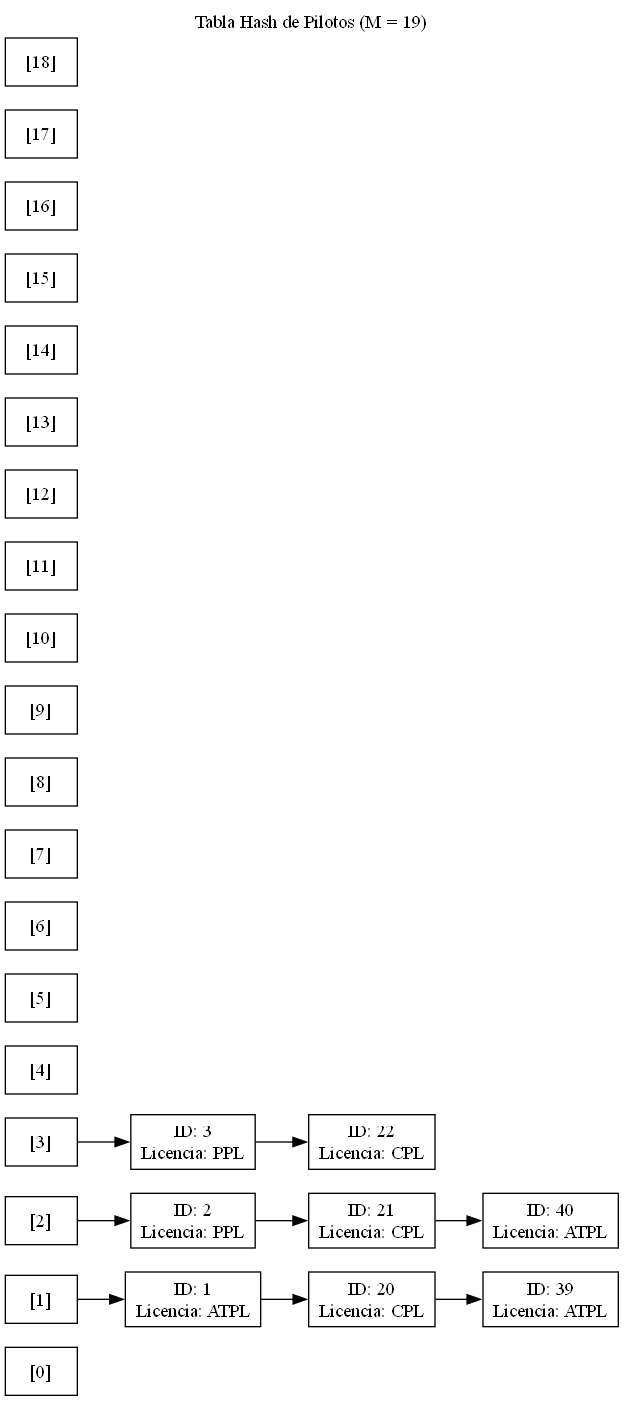
natstyles/202400111_EDD_Proyecto keeps this Graphviz diagram as src/tabla_hash_pilotos.png. Above is the earlier version. Its source is kept beside it as src/tabla_hash_pilotos.dot.
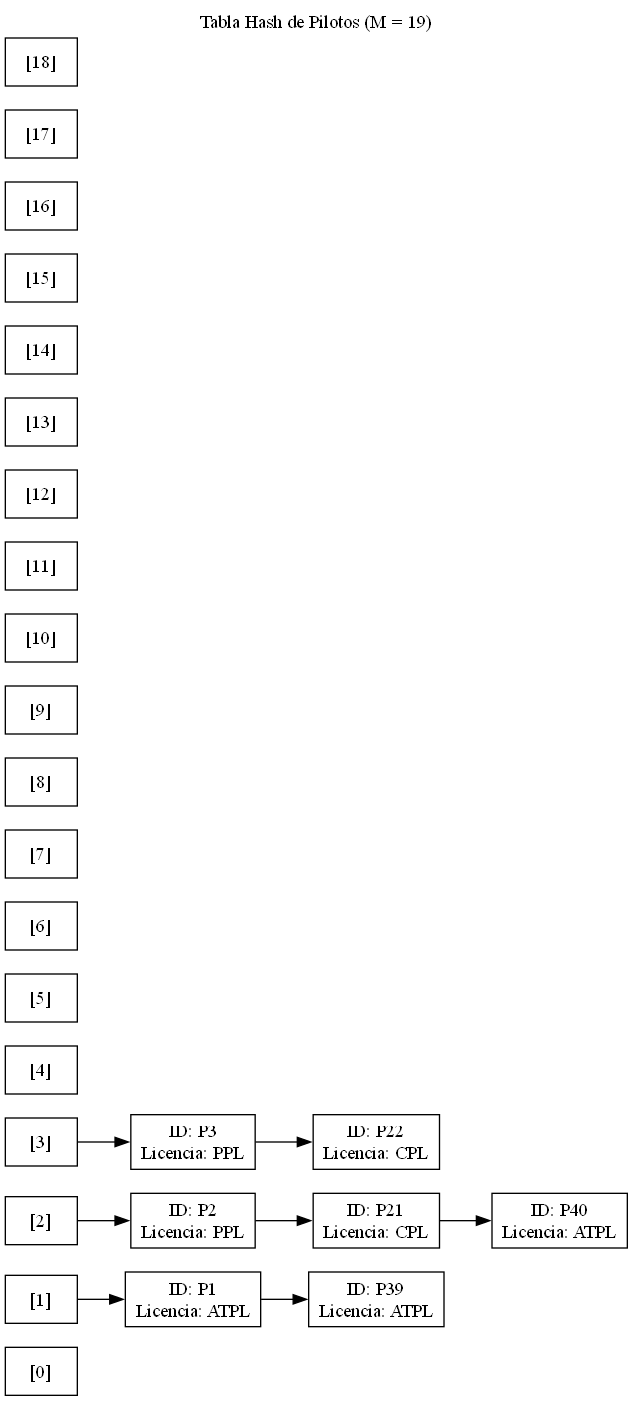
The same file after the commit.

Change to the diagram source:
```diff
@@ -5,24 +5,22 @@
 node [shape=box];
 b0 [label="[0]"];
 b1 [label="[1]"];
-b1_n0 [label="ID: 1\nLicencia: ATPL"];
-b1 -> b1_n0;
-b1_n1 [label="ID: 20\nLicencia: CPL"];
-b1_n0 -> b1_n1;
-b1_n2 [label="ID: 39\nLicencia: ATPL"];
-b1_n1 -> b1_n2;
+b1_n1 [label="ID: P1\nLicencia: ATPL"];
+b1 -> b1_n1;
+b1_n39 [label="ID: P39\nLicencia: ATPL"];
+b1_n1 -> b1_n39;
 b2 [label="[2]"];
-b2_n0 [label="ID: 2\nLicencia: PPL"];
-b2 -> b2_n0;
-b2_n1 [label="ID: 21\nLicencia: CPL"];
-b2_n0 -> b2_n1;
-b2_n2 [label="ID: 40\nLicencia: ATPL"];
-b2_n1 -> b2_n2;
+b2_n2 [label="ID: P2\nLicencia: PPL"];
+b2 -> b2_n2;
+b2_n21 [label="ID: P21\nLicencia: CPL"];
+b2_n2 -> b2_n21;
+b2_n40 [label="ID: P40\nLicencia: ATPL"];
+b2_n21 -> b2_n40;
 b3 [label="[3]"];
-b3_n0 [label="ID: 3\nLicencia: PPL"];
-b3 -> b3_n0;
-b3_n1 [label="ID: 22\nLicencia: CPL"];
-b3_n0 -> b3_n1;
+b3_n3 [label="ID: P3\nLicencia: PPL"];
+b3 -> b3_n3;
+b3_n22 [label="ID: P22\nLicencia: CPL"];
+b3_n3 -> b3_n22;
 b4 [label="[4]"];
 b5 [label="[5]"];
 b6 [label="[6]"];
```
